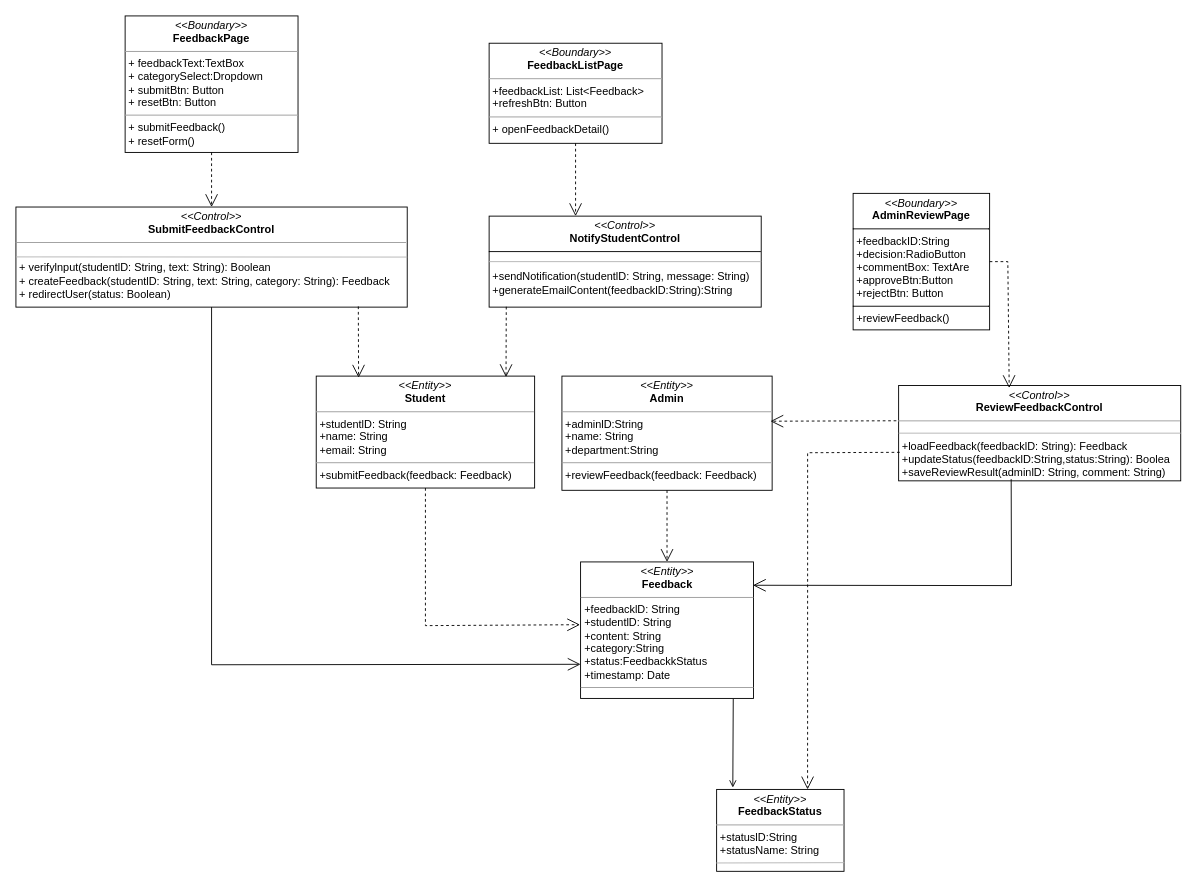
Above: Assignment2/models/FeedBackClass.drawio in qianlinnian/se_sad_project (draw.io), before the change. Source tidied: cells renumbered, new cells numbered last; positions are measured from the earlier drawing's top-left corner, leaving out a move shared by most shapes. Both pictures are drawn from the tidied source at 91%, with x=0, y=0 at pixel (15, 15).
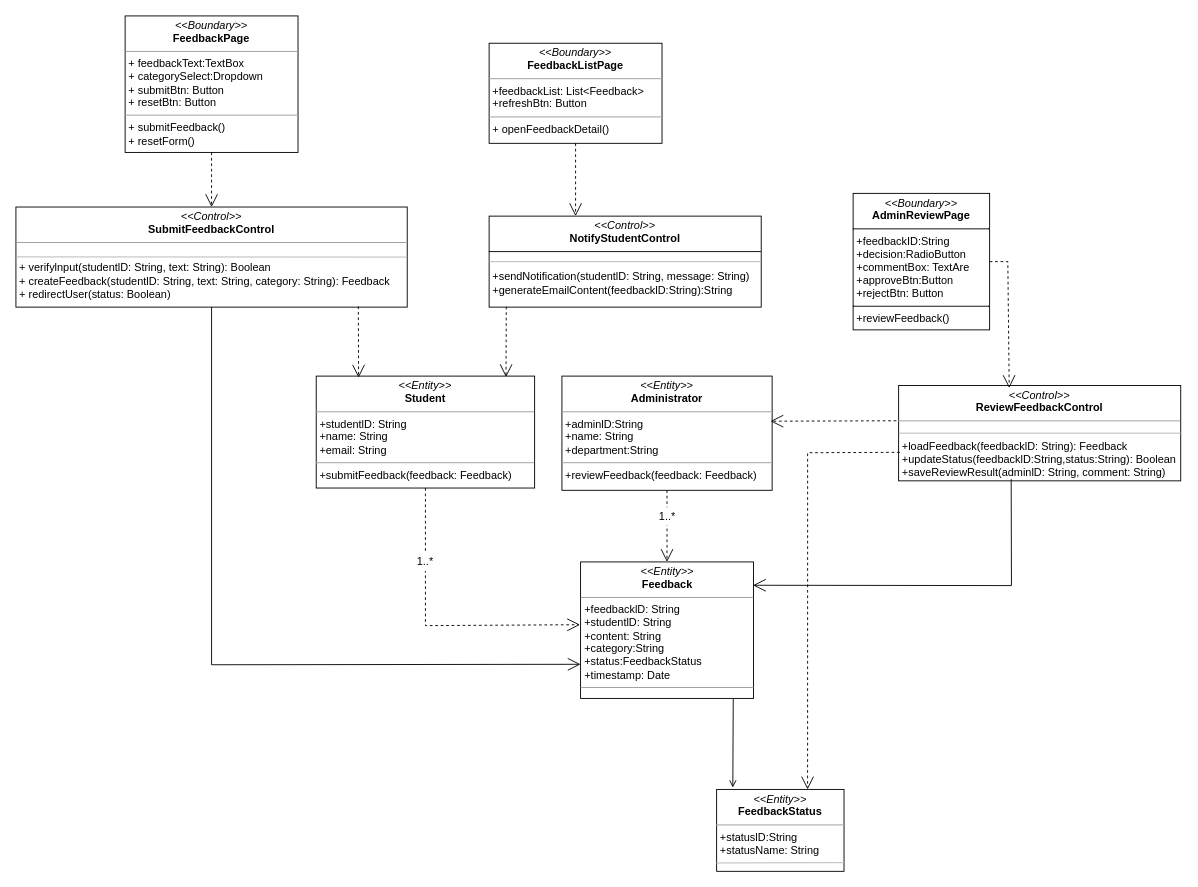
Above is the later version.

The edit, as a diff of the source:
```diff
@@
-    <mxCell id="4" value="&lt;p style=&quot;margin:0px;margin-top:4px;text-align:center;&quot;&gt;&lt;i&gt;&amp;lt;&amp;lt;Control&amp;gt;&amp;gt;&lt;br&gt;&lt;/i&gt;&lt;b&gt;ReviewFeedbackControl&lt;/b&gt;&lt;/p&gt;&lt;hr size=&quot;1&quot;&gt;&lt;p style=&quot;margin:0px;margin-left:4px;&quot;&gt;&lt;br&gt;&lt;/p&gt;&lt;p style=&quot;margin:0px;margin-left:4px;&quot;&gt;+loadFeedback(feedbacklD: String): Feedback&lt;/p&gt;&lt;p style=&quot;margin:0px;margin-left:4px;&quot;&gt;+updateStatus(feedbacklD:String,status:String): Boolea&lt;/p&gt;&lt;p style=&quot;margin:0px;margin-left:4px;&quot;&gt;+saveReviewResult(adminlD: String, comment: String)&lt;/p&gt;" style="verticalAlign=top;align=left;overflow=fill;fontSize=12;fontFamily=Helvetica;html=1;whiteSpace=wrap;" parent="1" vertex="1">
+    <mxCell id="4" value="&lt;p style=&quot;margin:0px;margin-top:4px;text-align:center;&quot;&gt;&lt;i&gt;&amp;lt;&amp;lt;Control&amp;gt;&amp;gt;&lt;br&gt;&lt;/i&gt;&lt;b&gt;ReviewFeedbackControl&lt;/b&gt;&lt;/p&gt;&lt;hr size=&quot;1&quot;&gt;&lt;p style=&quot;margin:0px;margin-left:4px;&quot;&gt;&lt;br&gt;&lt;/p&gt;&lt;p style=&quot;margin:0px;margin-left:4px;&quot;&gt;+loadFeedback(feedbacklD: String): Feedback&lt;/p&gt;&lt;p style=&quot;margin:0px;margin-left:4px;&quot;&gt;+updateStatus(feedbacklD:String,status:String): Boolean&lt;/p&gt;&lt;p style=&quot;margin:0px;margin-left:4px;&quot;&gt;+saveReviewResult(adminlD: String, comment: String)&lt;/p&gt;" style="verticalAlign=top;align=left;overflow=fill;fontSize=12;fontFamily=Helvetica;html=1;whiteSpace=wrap;" parent="1" vertex="1">
       <mxGeometry x="970" y="406.1" width="310" height="104.8" as="geometry" />
     </mxCell>
@@
-    <mxCell id="7" value="&lt;p style=&quot;margin:0px;margin-top:4px;text-align:center;&quot;&gt;&lt;i&gt;&amp;lt;&amp;lt;Entity&amp;gt;&amp;gt;&lt;/i&gt;&lt;br&gt;&lt;b&gt;Admin&lt;/b&gt;&lt;/p&gt;&lt;hr size=&quot;1&quot;&gt;&lt;p style=&quot;margin:0px;margin-left:4px;&quot;&gt;+adminlD:String&lt;/p&gt;&lt;p style=&quot;margin:0px;margin-left:4px;&quot;&gt;+name: String&lt;/p&gt;&lt;p style=&quot;margin:0px;margin-left:4px;&quot;&gt;+department:String&lt;br&gt;&lt;/p&gt;&lt;hr size=&quot;1&quot;&gt;&lt;p style=&quot;margin:0px;margin-left:4px;&quot;&gt;+reviewFeedback(feedback: Feedback)&lt;br&gt;&lt;/p&gt;" style="verticalAlign=top;align=left;overflow=fill;fontSize=12;fontFamily=Helvetica;html=1;whiteSpace=wrap;" parent="1" vertex="1">
+    <mxCell id="7" value="&lt;p style=&quot;margin:0px;margin-top:4px;text-align:center;&quot;&gt;&lt;i&gt;&amp;lt;&amp;lt;Entity&amp;gt;&amp;gt;&lt;/i&gt;&lt;br&gt;&lt;b&gt;Administrator&lt;/b&gt;&lt;/p&gt;&lt;hr size=&quot;1&quot;&gt;&lt;p style=&quot;margin:0px;margin-left:4px;&quot;&gt;+adminlD:String&lt;/p&gt;&lt;p style=&quot;margin:0px;margin-left:4px;&quot;&gt;+name: String&lt;/p&gt;&lt;p style=&quot;margin:0px;margin-left:4px;&quot;&gt;+department:String&lt;br&gt;&lt;/p&gt;&lt;hr size=&quot;1&quot;&gt;&lt;p style=&quot;margin:0px;margin-left:4px;&quot;&gt;+reviewFeedback(feedback: Feedback)&lt;br&gt;&lt;/p&gt;" style="verticalAlign=top;align=left;overflow=fill;fontSize=12;fontFamily=Helvetica;html=1;whiteSpace=wrap;" parent="1" vertex="1">
       <mxGeometry x="600" y="395.8" width="231" height="125.5" as="geometry" />
     </mxCell>
@@
-    <mxCell id="9" value="&lt;p style=&quot;margin:0px;margin-top:4px;text-align:center;&quot;&gt;&lt;i&gt;&amp;lt;&amp;lt;Entity&amp;gt;&amp;gt;&lt;/i&gt;&lt;br&gt;&lt;b&gt;Feedback&lt;/b&gt;&lt;/p&gt;&lt;hr size=&quot;1&quot;&gt;&lt;p style=&quot;margin:0px;margin-left:4px;&quot;&gt;+feedbacklD: String&lt;/p&gt;&lt;p style=&quot;margin:0px;margin-left:4px;&quot;&gt;+studentlD: String&lt;/p&gt;&lt;p style=&quot;margin:0px;margin-left:4px;&quot;&gt;+content: String&lt;/p&gt;&lt;p style=&quot;margin:0px;margin-left:4px;&quot;&gt;+category:String&lt;/p&gt;&lt;p style=&quot;margin:0px;margin-left:4px;&quot;&gt;+status:FeedbackkStatus&lt;/p&gt;&lt;p style=&quot;margin:0px;margin-left:4px;&quot;&gt;+timestamp: Date&lt;/p&gt;&lt;hr size=&quot;1&quot;&gt;&lt;p style=&quot;margin:0px;margin-left:4px;&quot;&gt;&lt;br&gt;&lt;/p&gt;" style="verticalAlign=top;align=left;overflow=fill;fontSize=12;fontFamily=Helvetica;html=1;whiteSpace=wrap;" parent="1" vertex="1">
+    <mxCell id="9" value="&lt;p style=&quot;margin:0px;margin-top:4px;text-align:center;&quot;&gt;&lt;i&gt;&amp;lt;&amp;lt;Entity&amp;gt;&amp;gt;&lt;/i&gt;&lt;br&gt;&lt;b&gt;Feedback&lt;/b&gt;&lt;/p&gt;&lt;hr size=&quot;1&quot;&gt;&lt;p style=&quot;margin:0px;margin-left:4px;&quot;&gt;+feedbacklD: String&lt;/p&gt;&lt;p style=&quot;margin:0px;margin-left:4px;&quot;&gt;+studentlD: String&lt;/p&gt;&lt;p style=&quot;margin:0px;margin-left:4px;&quot;&gt;+content: String&lt;/p&gt;&lt;p style=&quot;margin:0px;margin-left:4px;&quot;&gt;+category:String&lt;/p&gt;&lt;p style=&quot;margin:0px;margin-left:4px;&quot;&gt;+status:FeedbackStatus&lt;/p&gt;&lt;p style=&quot;margin:0px;margin-left:4px;&quot;&gt;+timestamp: Date&lt;/p&gt;&lt;hr size=&quot;1&quot;&gt;&lt;p style=&quot;margin:0px;margin-left:4px;&quot;&gt;&lt;br&gt;&lt;/p&gt;" style="verticalAlign=top;align=left;overflow=fill;fontSize=12;fontFamily=Helvetica;html=1;whiteSpace=wrap;" parent="1" vertex="1">
       <mxGeometry x="620.5" y="600" width="190" height="150" as="geometry" />
     </mxCell>
@@
+    <mxCell id="28" value="1..*" style="text;html=1;whiteSpace=wrap;strokeColor=none;fillColor=default;align=center;verticalAlign=middle;rounded=0;" parent="1" vertex="1">
+      <mxGeometry x="420" y="590" width="60" height="20" as="geometry" />
+    </mxCell>
+    <mxCell id="29" value="1..*" style="text;html=1;whiteSpace=wrap;strokeColor=none;fillColor=default;align=center;verticalAlign=middle;rounded=0;" parent="1" vertex="1">
+      <mxGeometry x="685.5" y="540" width="60" height="20" as="geometry" />
+    </mxCell>
```
